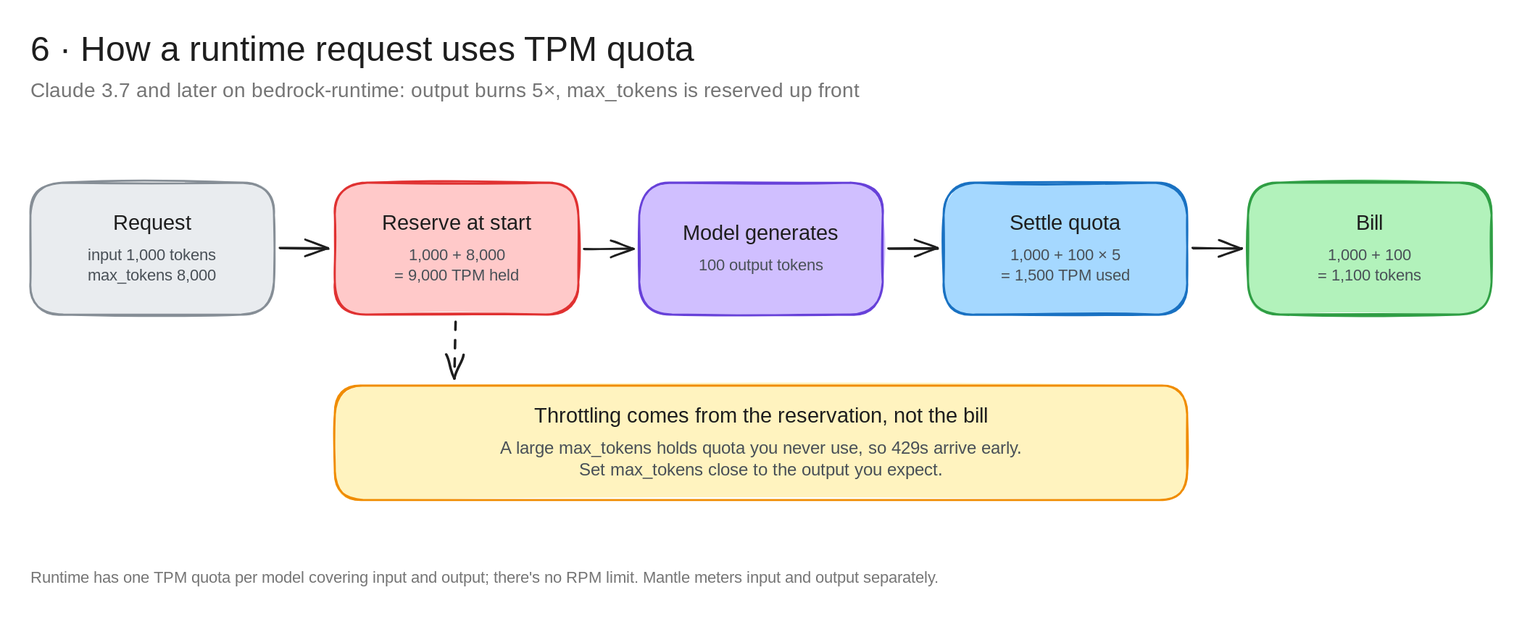
Before: architecture-diagrams/claude-on-bedrock-excalidraw/diagrams/6-quota-burndown.excalidraw.svg, a diagram exported from Excalidraw (bsnehanshu/slides). Source tidied: one line per element, renumbered; positions are measured from the earlier drawing's top-left corner, leaving out a move shared by most shapes.
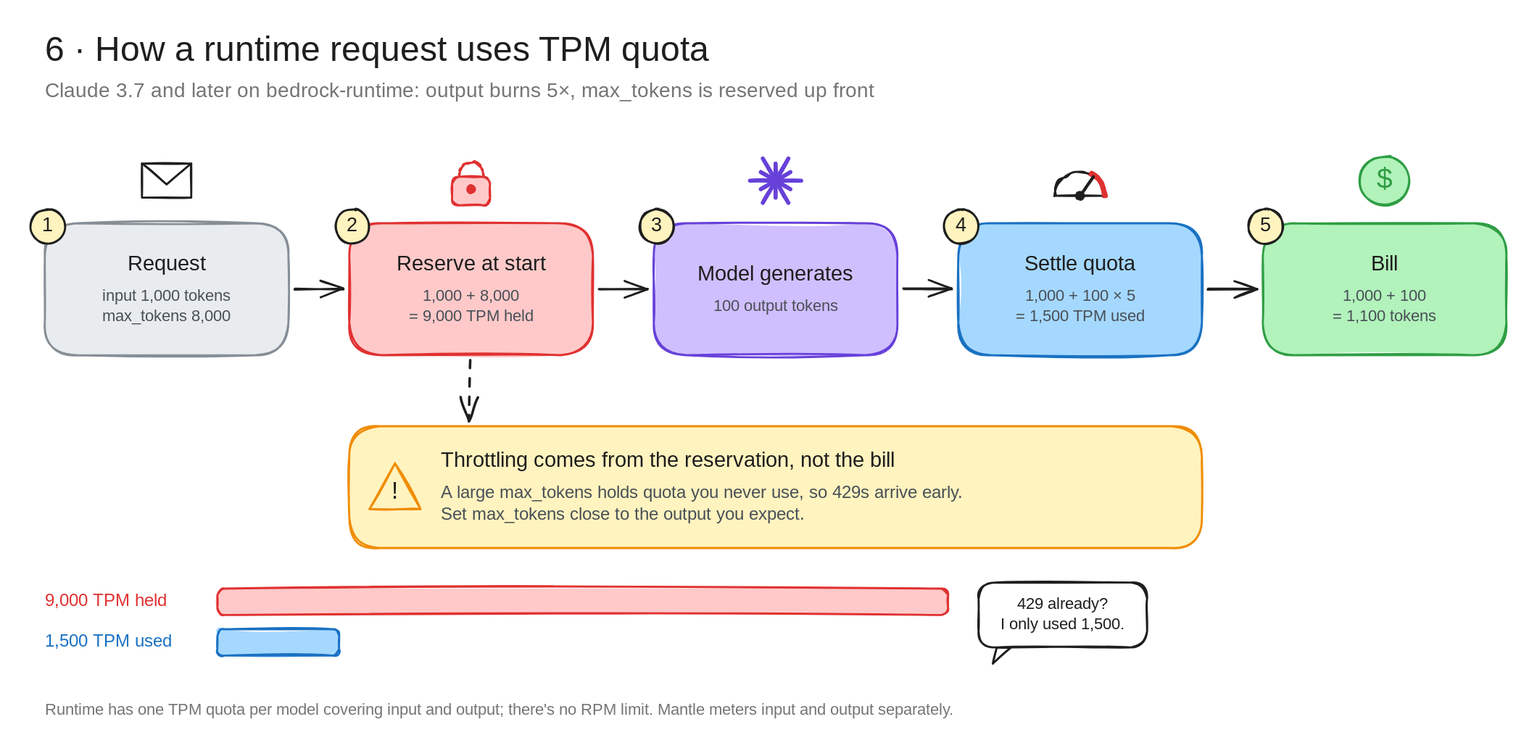
The same file after the commit.

Change to the diagram source:
```diff
@@ -1,26 +1,69 @@
-{"id": 0, "type": "text", "text": "6 · How a runtime request uses TPM quota", "strokeColor": "#1e1e1e", "strokeWidth": 2, "roughness": 1, "fontSize": 34, "fontFamily": 5, "x": 0, "y": 0, "width": 714, "height": 42}
+{"id": 0, "type": "text", "text": "6 · How a runtime request uses TPM quota", "strokeColor": "#1e1e1e", "strokeWidth": 2, "roughness": 1, "fontSize": 34, "fontFamily": 5, "x": 0, "y": -40, "width": 714, "height": 42}
-{"id": 1, "type": "text", "text": "Claude 3.7 and later on bedrock-runtime: output burns 5×, max_tokens is reserved up front", "strokeColor": "#757575", "strokeWidth": 2, "roughness": 1, "fontSize": 20, "fontFamily": 5, "x": 0, "y": 48, "width": 892, "height": 25}
+{"id": 1, "type": "text", "text": "Claude 3.7 and later on bedrock-runtime: output burns 5×, max_tokens is reserved up front", "strokeColor": "#757575", "strokeWidth": 2, "roughness": 1, "fontSize": 20, "fontFamily": 5, "x": 0, "y": 8, "width": 892, "height": 25}
 {"id": 2, "type": "rectangle", "strokeColor": "#868e96", "backgroundColor": "#e9ecef", "fillStyle": "solid", "strokeWidth": 2, "roughness": 1, "round": true, "x": 0, "y": 150, "width": 240, "height": 130}
 {"id": 3, "type": "text", "text": "Request", "strokeColor": "#1e1e1e", "strokeWidth": 2, "roughness": 1, "fontSize": 21, "fontFamily": 5, "textAlign": "center", "x": 77, "y": 178, "width": 86, "height": 26}
 {"id": 4, "type": "text", "text": "input 1,000 tokens\nmax_tokens 8,000", "strokeColor": "#495057", "strokeWidth": 2, "roughness": 1, "fontSize": 16, "fontFamily": 5, "textAlign": "center", "x": 46, "y": 212, "width": 149, "height": 40}
+{"id": 26, "type": "rectangle", "strokeColor": "#1e1e1e", "backgroundColor": "#ffffff", "fillStyle": "solid", "strokeWidth": 2, "roughness": 1, "x": 96, "y": 91, "width": 49, "height": 34}
+{"id": 27, "type": "line", "strokeColor": "#1e1e1e", "strokeWidth": 2, "roughness": 1, "x": 96, "y": 91, "width": 49, "height": 21, "points": [[0, 0], [24, 21], [49, 0]]}
+{"id": 28, "type": "ellipse", "strokeColor": "#1e1e1e", "backgroundColor": "#fff3bf", "fillStyle": "solid", "strokeWidth": 2, "roughness": 1, "round": true, "x": -14, "y": 136, "width": 34, "height": 34}
+{"id": 13, "type": "text", "text": "1", "strokeColor": "#1e1e1e", "strokeWidth": 2, "roughness": 1, "fontSize": 19, "fontFamily": 5, "textAlign": "center", "x": -2, "y": 141, "width": 11, "height": 24}
 {"id": 5, "type": "rectangle", "strokeColor": "#e03131", "backgroundColor": "#ffc9c9", "fillStyle": "solid", "strokeWidth": 2, "roughness": 1, "round": true, "x": 300, "y": 150, "width": 240, "height": 130}
-{"id": 6, "type": "text", "text": "Reserve at start", "strokeColor": "#1e1e1e", "strokeWidth": 2, "roughness": 1, "fontSize": 21, "fontFamily": 5, "textAlign": "center", "x": 330, "y": 178, "width": 179, "height": 26}
-{"id": 7, "type": "text", "text": "1,000 + 8,000\n= 9,000 TPM held", "strokeColor": "#495057", "strokeWidth": 2, "roughness": 1, "fontSize": 16, "fontFamily": 5, "textAlign": "center", "x": 348, "y": 212, "width": 145, "height": 40}
+{"id": 15, "type": "text", "text": "Reserve at start", "strokeColor": "#1e1e1e", "strokeWidth": 2, "roughness": 1, "fontSize": 21, "fontFamily": 5, "textAlign": "center", "x": 330, "y": 178, "width": 179, "height": 26}
+{"id": 16, "type": "text", "text": "1,000 + 8,000\n= 9,000 TPM held", "strokeColor": "#495057", "strokeWidth": 2, "roughness": 1, "fontSize": 16, "fontFamily": 5, "textAlign": "center", "x": 348, "y": 212, "width": 145, "height": 40}
+{"id": 29, "type": "line", "strokeColor": "#e03131", "strokeWidth": 2, "roughness": 1, "round": true, "x": 409, "y": 106, "width": 22, "height": 17, "points": [[0, 0], [0, -6], [1, -10], [3, -14], [7, -16], [11, -17], [15, -16], [19, -14], [22, -10], [22, -6], [22, 0]]}
+{"id": 30, "type": "rectangle", "strokeColor": "#e03131", "backgroundColor": "#ffc9c9", "fillStyle": "solid", "strokeWidth": 2, "roughness": 1, "round": true, "x": 401, "y": 104, "width": 37, "height": 28}
+{"id": 31, "type": "ellipse", "strokeColor": "#e03131", "backgroundColor": "#e03131", "fillStyle": "solid", "strokeWidth": 2, "roughness": 1, "round": true, "x": 416, "y": 113, "width": 7, "height": 7}
+{"id": 32, "type": "ellipse", "strokeColor": "#1e1e1e", "backgroundColor": "#fff3bf", "fillStyle": "solid", "strokeWidth": 2, "roughness": 1, "round": true, "x": 286, "y": 136, "width": 34, "height": 34}
+{"id": 33, "type": "text", "text": "2", "strokeColor": "#1e1e1e", "strokeWidth": 2, "roughness": 1, "fontSize": 19, "fontFamily": 5, "textAlign": "center", "x": 295, "y": 141, "width": 16, "height": 24}
 {"id": 8, "type": "rectangle", "strokeColor": "#6741d9", "backgroundColor": "#d0bfff", "fillStyle": "solid", "strokeWidth": 2, "roughness": 1, "round": true, "x": 600, "y": 150, "width": 240, "height": 130}
-{"id": 9, "type": "text", "text": "Model generates", "strokeColor": "#1e1e1e", "strokeWidth": 2, "roughness": 1, "fontSize": 21, "fontFamily": 5, "textAlign": "center", "x": 636, "y": 188, "width": 168, "height": 26}
+{"id": 25, "type": "text", "text": "Model generates", "strokeColor": "#1e1e1e", "strokeWidth": 2, "roughness": 1, "fontSize": 21, "fontFamily": 5, "textAlign": "center", "x": 636, "y": 188, "width": 168, "height": 26}
 {"id": 10, "type": "text", "text": "100 output tokens", "strokeColor": "#495057", "strokeWidth": 2, "roughness": 1, "fontSize": 16, "fontFamily": 5, "textAlign": "center", "x": 646, "y": 222, "width": 149, "height": 20}
+{"id": 34, "type": "line", "strokeColor": "#6741d9", "strokeWidth": 4, "roughness": 1, "x": 720, "y": 108, "width": 25, "height": 0, "points": [[0, 0], [25, 0]]}
+{"id": 35, "type": "line", "strokeColor": "#6741d9", "strokeWidth": 4, "roughness": 1, "x": 720, "y": 108, "width": 15, "height": 8, "points": [[0, 0], [15, 8]]}
+{"id": 36, "type": "line", "strokeColor": "#6741d9", "strokeWidth": 4, "roughness": 1, "x": 720, "y": 108, "width": 13, "height": 22, "points": [[0, 0], [13, 22]]}
+{"id": 37, "type": "line", "strokeColor": "#6741d9", "strokeWidth": 4, "roughness": 1, "x": 720, "y": 108, "width": 0, "height": 17, "points": [[0, 0], [0, 17]]}
+{"id": 38, "type": "line", "strokeColor": "#6741d9", "strokeWidth": 4, "roughness": 1, "x": 720, "y": 108, "width": 13, "height": 22, "points": [[0, 0], [-13, 22]]}
+{"id": 39, "type": "line", "strokeColor": "#6741d9", "strokeWidth": 4, "roughness": 1, "x": 720, "y": 108, "width": 15, "height": 8, "points": [[0, 0], [-15, 8]]}
+{"id": 40, "type": "line", "strokeColor": "#6741d9", "strokeWidth": 4, "roughness": 1, "x": 720, "y": 108, "width": 25, "height": 0, "points": [[0, 0], [-25, 0]]}
+{"id": 41, "type": "line", "strokeColor": "#6741d9", "strokeWidth": 4, "roughness": 1, "x": 720, "y": 108, "width": 15, "height": 8, "points": [[0, 0], [-15, -8]]}
+{"id": 42, "type": "line", "strokeColor": "#6741d9", "strokeWidth": 4, "roughness": 1, "x": 720, "y": 108, "width": 13, "height": 22, "points": [[0, 0], [-13, -22]]}
+{"id": 43, "type": "line", "strokeColor": "#6741d9", "strokeWidth": 4, "roughness": 1, "x": 720, "y": 108, "width": 0, "height": 17, "points": [[0, 0], [0, -17]]}
+{"id": 44, "type": "line", "strokeColor": "#6741d9", "strokeWidth": 4, "roughness": 1, "x": 720, "y": 108, "width": 13, "height": 22, "points": [[0, 0], [13, -22]]}
+{"id": 45, "type": "line", "strokeColor": "#6741d9", "strokeWidth": 4, "roughness": 1, "x": 720, "y": 108, "width": 15, "height": 8, "points": [[0, 0], [15, -8]]}
+{"id": 46, "type": "ellipse", "strokeColor": "#1e1e1e", "backgroundColor": "#fff3bf", "fillStyle": "solid", "strokeWidth": 2, "roughness": 1, "round": true, "x": 586, "y": 136, "width": 34, "height": 34}
+{"id": 47, "type": "text", "text": "3", "strokeColor": "#1e1e1e", "strokeWidth": 2, "roughness": 1, "fontSize": 19, "fontFamily": 5, "textAlign": "center", "x": 596, "y": 141, "width": 14, "height": 24}
 {"id": 11, "type": "rectangle", "strokeColor": "#1971c2", "backgroundColor": "#a5d8ff", "fillStyle": "solid", "strokeWidth": 2, "roughness": 1, "round": true, "x": 900, "y": 150, "width": 240, "height": 130}
 {"id": 12, "type": "text", "text": "Settle quota", "strokeColor": "#1e1e1e", "strokeWidth": 2, "roughness": 1, "fontSize": 21, "fontFamily": 5, "textAlign": "center", "x": 953, "y": 178, "width": 134, "height": 26}
-{"id": 13, "type": "text", "text": "1,000 + 100 × 5\n= 1,500 TPM used", "strokeColor": "#495057", "strokeWidth": 2, "roughness": 1, "fontSize": 16, "fontFamily": 5, "textAlign": "center", "x": 948, "y": 212, "width": 145, "height": 40}
+{"id": 48, "type": "text", "text": "1,000 + 100 × 5\n= 1,500 TPM used", "strokeColor": "#495057", "strokeWidth": 2, "roughness": 1, "fontSize": 16, "fontFamily": 5, "textAlign": "center", "x": 948, "y": 212, "width": 145, "height": 40}
+{"id": 49, "type": "line", "strokeColor": "#1e1e1e", "strokeWidth": 2, "roughness": 1, "round": true, "x": 996, "y": 123, "width": 49, "height": 24, "points": [[0, 0], [1, -7], [5, -14], [10, -20], [17, -23], [24, -24], [32, -23], [39, -20], [44, -14], [47, -7], [49, 0]]}
+{"id": 50, "type": "line", "strokeColor": "#1e1e1e", "strokeWidth": 2, "roughness": 1, "x": 996, "y": 123, "width": 49, "height": 0, "points": [[0, 0], [49, 0]]}
+{"id": 51, "type": "line", "strokeColor": "#e03131", "strokeWidth": 5, "roughness": 1, "round": true, "x": 1031, "y": 101, "width": 13, "height": 22, "points": [[0, 0], [5, 4], [10, 9], [12, 15], [13, 22]]}
+{"id": 52, "type": "line", "strokeColor": "#1e1e1e", "strokeWidth": 3, "roughness": 1, "x": 1020, "y": 123, "width": 13, "height": 19, "points": [[0, 0], [13, -19]]}
+{"id": 53, "type": "ellipse", "strokeColor": "#1e1e1e", "backgroundColor": "#1e1e1e", "fillStyle": "solid", "strokeWidth": 2, "roughness": 1, "round": true, "x": 1016, "y": 119, "width": 7, "height": 7}
+{"id": 54, "type": "ellipse", "strokeColor": "#1e1e1e", "backgroundColor": "#fff3bf", "fillStyle": "solid", "strokeWidth": 2, "roughness": 1, "round": true, "x": 886, "y": 136, "width": 34, "height": 34}
+{"id": 55, "type": "text", "text": "4", "strokeColor": "#1e1e1e", "strokeWidth": 2, "roughness": 1, "fontSize": 19, "fontFamily": 5, "textAlign": "center", "x": 896, "y": 141, "width": 14, "height": 24}
 {"id": 14, "type": "rectangle", "strokeColor": "#2f9e44", "backgroundColor": "#b2f2bb", "fillStyle": "solid", "strokeWidth": 2, "roughness": 1, "round": true, "x": 1200, "y": 150, "width": 240, "height": 130}
-{"id": 15, "type": "text", "text": "Bill", "strokeColor": "#1e1e1e", "strokeWidth": 2, "roughness": 1, "fontSize": 21, "fontFamily": 5, "textAlign": "center", "x": 1304, "y": 178, "width": 33, "height": 26}
-{"id": 16, "type": "text", "text": "1,000 + 100\n= 1,100 tokens", "strokeColor": "#495057", "strokeWidth": 2, "roughness": 1, "fontSize": 16, "fontFamily": 5, "textAlign": "center", "x": 1262, "y": 212, "width": 116, "height": 40}
-{"id": 17, "type": "arrow", "strokeColor": "#1e1e1e", "strokeWidth": 2, "roughness": 1, "endArrowhead": "arrow", "round": true, "from": 2, "to": 5, "x": 246, "y": 215, "width": 48, "height": 0, "points": [[0, 0], [48, 0]]}
-{"id": 18, "type": "arrow", "strokeColor": "#1e1e1e", "strokeWidth": 2, "roughness": 1, "endArrowhead": "arrow", "round": true, "from": 5, "to": 8, "x": 546, "y": 215, "width": 48, "height": 0, "points": [[0, 0], [48, 0]]}
-{"id": 19, "type": "arrow", "strokeColor": "#1e1e1e", "strokeWidth": 2, "roughness": 1, "endArrowhead": "arrow", "round": true, "from": 8, "to": 11, "x": 846, "y": 215, "width": 48, "height": 0, "points": [[0, 0], [48, 0]]}
-{"id": 20, "type": "arrow", "strokeColor": "#1e1e1e", "strokeWidth": 2, "roughness": 1, "endArrowhead": "arrow", "round": true, "from": 11, "to": 14, "x": 1146, "y": 215, "width": 48, "height": 0, "points": [[0, 0], [48, 0]]}
+{"id": 56, "type": "text", "text": "Bill", "strokeColor": "#1e1e1e", "strokeWidth": 2, "roughness": 1, "fontSize": 21, "fontFamily": 5, "textAlign": "center", "x": 1304, "y": 178, "width": 33, "height": 26}
+{"id": 57, "type": "text", "text": "1,000 + 100\n= 1,100 tokens", "strokeColor": "#495057", "strokeWidth": 2, "roughness": 1, "fontSize": 16, "fontFamily": 5, "textAlign": "center", "x": 1262, "y": 212, "width": 116, "height": 40}
+{"id": 58, "type": "ellipse", "strokeColor": "#2f9e44", "backgroundColor": "#b2f2bb", "fillStyle": "solid", "strokeWidth": 2, "roughness": 1, "round": true, "x": 1296, "y": 84, "width": 49, "height": 49}
+{"id": 59, "type": "text", "text": "$", "strokeColor": "#2f9e44", "strokeWidth": 2, "roughness": 1, "fontSize": 28, "fontFamily": 5, "textAlign": "center", "x": 1308, "y": 90, "width": 23, "height": 35}
+{"id": 60, "type": "ellipse", "strokeColor": "#1e1e1e", "backgroundColor": "#fff3bf", "fillStyle": "solid", "strokeWidth": 2, "roughness": 1, "round": true, "x": 1186, "y": 136, "width": 34, "height": 34}
+{"id": 61, "type": "text", "text": "5", "strokeColor": "#1e1e1e", "strokeWidth": 2, "roughness": 1, "fontSize": 19, "fontFamily": 5, "textAlign": "center", "x": 1196, "y": 141, "width": 14, "height": 24}
+{"id": 62, "type": "arrow", "strokeColor": "#1e1e1e", "strokeWidth": 2, "roughness": 1, "endArrowhead": "arrow", "round": true, "from": 2, "to": 5, "x": 246, "y": 215, "width": 48, "height": 0, "points": [[0, 0], [48, 0]]}
+{"id": 63, "type": "arrow", "strokeColor": "#1e1e1e", "strokeWidth": 2, "roughness": 1, "endArrowhead": "arrow", "round": true, "from": 5, "to": 8, "x": 546, "y": 215, "width": 48, "height": 0, "points": [[0, 0], [48, 0]]}
+{"id": 64, "type": "arrow", "strokeColor": "#1e1e1e", "strokeWidth": 2, "roughness": 1, "endArrowhead": "arrow", "round": true, "from": 8, "to": 11, "x": 846, "y": 215, "width": 48, "height": 0, "points": [[0, 0], [48, 0]]}
+{"id": 65, "type": "arrow", "strokeColor": "#1e1e1e", "strokeWidth": 2, "roughness": 1, "endArrowhead": "arrow", "round": true, "from": 11, "to": 14, "x": 1146, "y": 215, "width": 48, "height": 0, "points": [[0, 0], [48, 0]]}
-{"id": 21, "type": "rectangle", "strokeColor": "#f08c00", "backgroundColor": "#fff3bf", "fillStyle": "solid", "strokeWidth": 2, "roughness": 1, "round": true, "x": 300, "y": 350, "width": 840, "height": 113}
+{"id": 21, "type": "rectangle", "strokeColor": "#f08c00", "backgroundColor": "#fff3bf", "fillStyle": "solid", "strokeWidth": 2, "roughness": 1, "round": true, "x": 300, "y": 350, "width": 840, "height": 120}
-{"id": 22, "type": "text", "text": "Throttling comes from the reservation, not the bill", "strokeColor": "#1e1e1e", "strokeWidth": 2, "roughness": 1, "fontSize": 21, "fontFamily": 5, "textAlign": "center", "x": 458, "y": 368, "width": 524, "height": 26}
+{"id": 22, "type": "text", "text": "Throttling comes from the reservation, not the bill", "strokeColor": "#1e1e1e", "strokeWidth": 2, "roughness": 1, "fontSize": 21, "fontFamily": 5, "x": 390, "y": 372, "width": 524, "height": 26}
-{"id": 23, "type": "text", "text": "A large max_tokens holds quota you never use, so 429s arrive early.\nSet max_tokens close to the output you expect.", "strokeColor": "#495057", "strokeWidth": 2, "roughness": 1, "fontSize": 17, "fontFamily": 5, "textAlign": "center", "x": 434, "y": 402, "width": 571, "height": 42}
+{"id": 23, "type": "text", "text": "A large max_tokens holds quota you never use, so 429s arrive early.\nSet max_tokens close to the output you expect.", "strokeColor": "#495057", "strokeWidth": 2, "roughness": 1, "fontSize": 17, "fontFamily": 5, "x": 390, "y": 406, "width": 571, "height": 42}
-{"id": 24, "type": "arrow", "strokeColor": "#1e1e1e", "strokeWidth": 2, "strokeStyle": "dashed", "roughness": 1, "endArrowhead": "arrow", "round": true, "from": 5, "to": 21, "x": 420, "y": 286, "width": 2, "height": 58, "points": [[0, 0], [-2, 58]]}
-{"id": 25, "type": "text", "text": "Runtime has one TPM quota per model covering input and output; there's no RPM limit. Mantle meters input and output separately.", "strokeColor": "#757575", "strokeWidth": 2, "roughness": 1, "fontSize": 16, "fontFamily": 5, "x": 0, "y": 530, "width": 1028, "height": 20}
+{"id": 66, "type": "line", "strokeColor": "#f08c00", "backgroundColor": "#fff3bf", "fillStyle": "solid", "strokeWidth": 2, "roughness": 1, "x": 345, "y": 387, "width": 50, "height": 45, "points": [[0, 0], [25, 45], [-25, 45], [0, 0]]}
+{"id": 67, "type": "text", "text": "!", "strokeColor": "#1e1e1e", "strokeWidth": 2, "roughness": 1, "fontSize": 23.4, "fontFamily": 5, "textAlign": "center", "x": 340, "y": 401, "width": 10, "height": 29}
+{"id": 68, "type": "arrow", "strokeColor": "#1e1e1e", "strokeWidth": 2, "strokeStyle": "dashed", "roughness": 1, "endArrowhead": "arrow", "round": true, "from": 5, "to": 21, "x": 420, "y": 286, "width": 2, "height": 58, "points": [[0, 0], [-2, 58]]}
+{"id": 69, "type": "text", "text": "9,000 TPM held", "strokeColor": "#e03131", "strokeWidth": 2, "roughness": 1, "fontSize": 17, "fontFamily": 5, "x": 0, "y": 512, "width": 137, "height": 21}
+{"id": 70, "type": "rectangle", "strokeColor": "#e03131", "backgroundColor": "#ffc9c9", "fillStyle": "solid", "strokeWidth": 2, "roughness": 1, "round": true, "x": 170, "y": 510, "width": 720, "height": 26}
+{"id": 71, "type": "text", "text": "1,500 TPM used", "strokeColor": "#1971c2", "strokeWidth": 2, "roughness": 1, "fontSize": 17, "fontFamily": 5, "x": 0, "y": 552, "width": 138, "height": 21}
+{"id": 72, "type": "rectangle", "strokeColor": "#1971c2", "backgroundColor": "#a5d8ff", "fillStyle": "solid", "strokeWidth": 2, "roughness": 1, "round": true, "x": 170, "y": 550, "width": 120, "height": 26}
+{"id": 73, "type": "line", "strokeColor": "#1e1e1e", "backgroundColor": "#ffffff", "fillStyle": "solid", "strokeWidth": 2, "roughness": 1, "x": 938, "y": 568, "width": 18, "height": 16, "points": [[0, 0], [-4, 16], [14, 0], [0, 0]]}
+{"id": 74, "type": "rectangle", "strokeColor": "#1e1e1e", "backgroundColor": "#ffffff", "fillStyle": "solid", "strokeWidth": 2, "roughness": 1, "round": true, "x": 920, "y": 504, "width": 166, "height": 64}
+{"id": 75, "type": "text", "text": "429 already?\nI only used 1,500.", "strokeColor": "#1e1e1e", "strokeWidth": 2, "roughness": 1, "fontSize": 16, "fontFamily": 5, "textAlign": "center", "verticalAlign": "middle", "inside": 74, "x": 932, "y": 516, "width": 142, "height": 40}
+{"id": 76, "type": "text", "text": "Runtime has one TPM quota per model covering input and output; there's no RPM limit. Mantle meters input and output separately.", "strokeColor": "#757575", "strokeWidth": 2, "roughness": 1, "fontSize": 16, "fontFamily": 5, "x": 0, "y": 620, "width": 1028, "height": 20}
```
